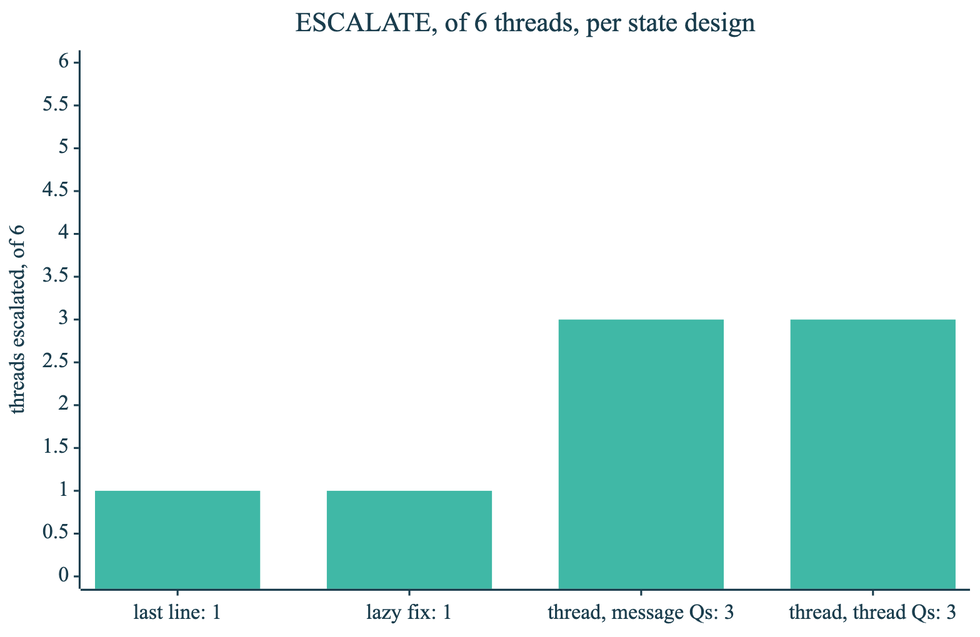
axel-sirota/getting_started_jev keeps this Mermaid diagram as course/diagrams/module_02/p2-demo-results.png. Above is the earlier version. Its source is kept beside it as course/diagrams/module_02/p2-demo-results.mmd.
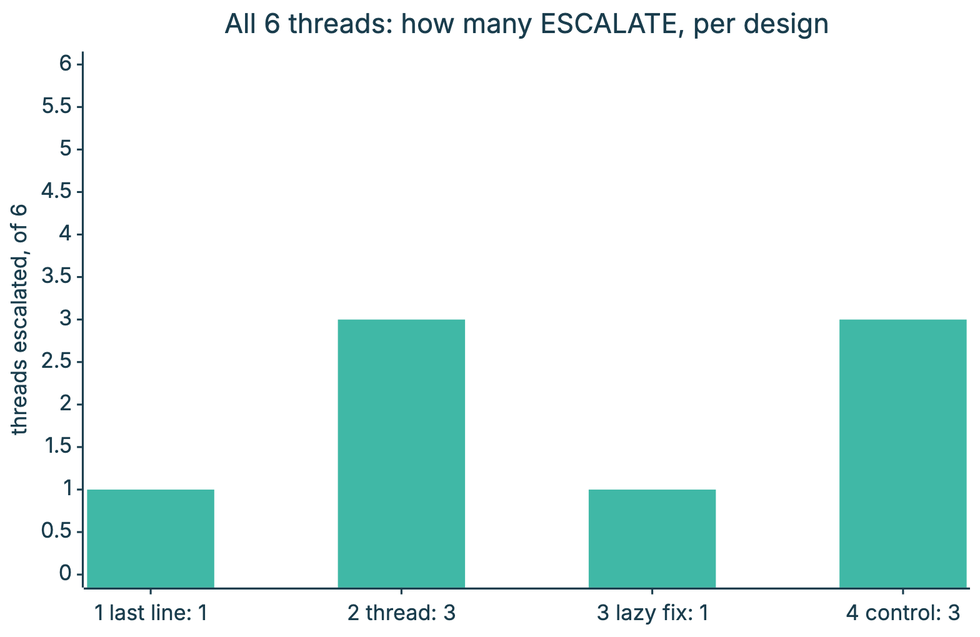
The same file after the commit.

The edit, as a diff of the source:
```diff
@@ -1,6 +1,6 @@
 %%{init: {"theme": "base", "themeVariables": {"fontFamily": "Inter, sans-serif", "primaryColor": "#ECF8F6", "primaryBorderColor": "#40B8A6", "primaryTextColor": "#111827", "lineColor": "#1A3D4D", "secondaryColor": "#F9FAFB", "tertiaryColor": "#FFFFFF", "clusterBkg": "#F9FAFB", "clusterBorder": "#D1D5DB", "actorBkg": "#ECF8F6", "actorBorder": "#40B8A6", "noteBkgColor": "#FFF6DA", "noteBorderColor": "#E0B84C"}}}%%
 xychart-beta
-  title "ESCALATE, of 6 threads, per state design"
-  x-axis ["last line: 1", "lazy fix: 1", "thread, message Qs: 3", "thread, thread Qs: 3"]
+  title "All 6 threads: how many ESCALATE, per design"
+  x-axis ["1 last line: 1", "2 thread: 3", "3 lazy fix: 1", "4 control: 3"]
   y-axis "threads escalated, of 6" 0 --> 6
-  bar [1, 1, 3, 3]
+  bar [1, 3, 1, 3]
```
